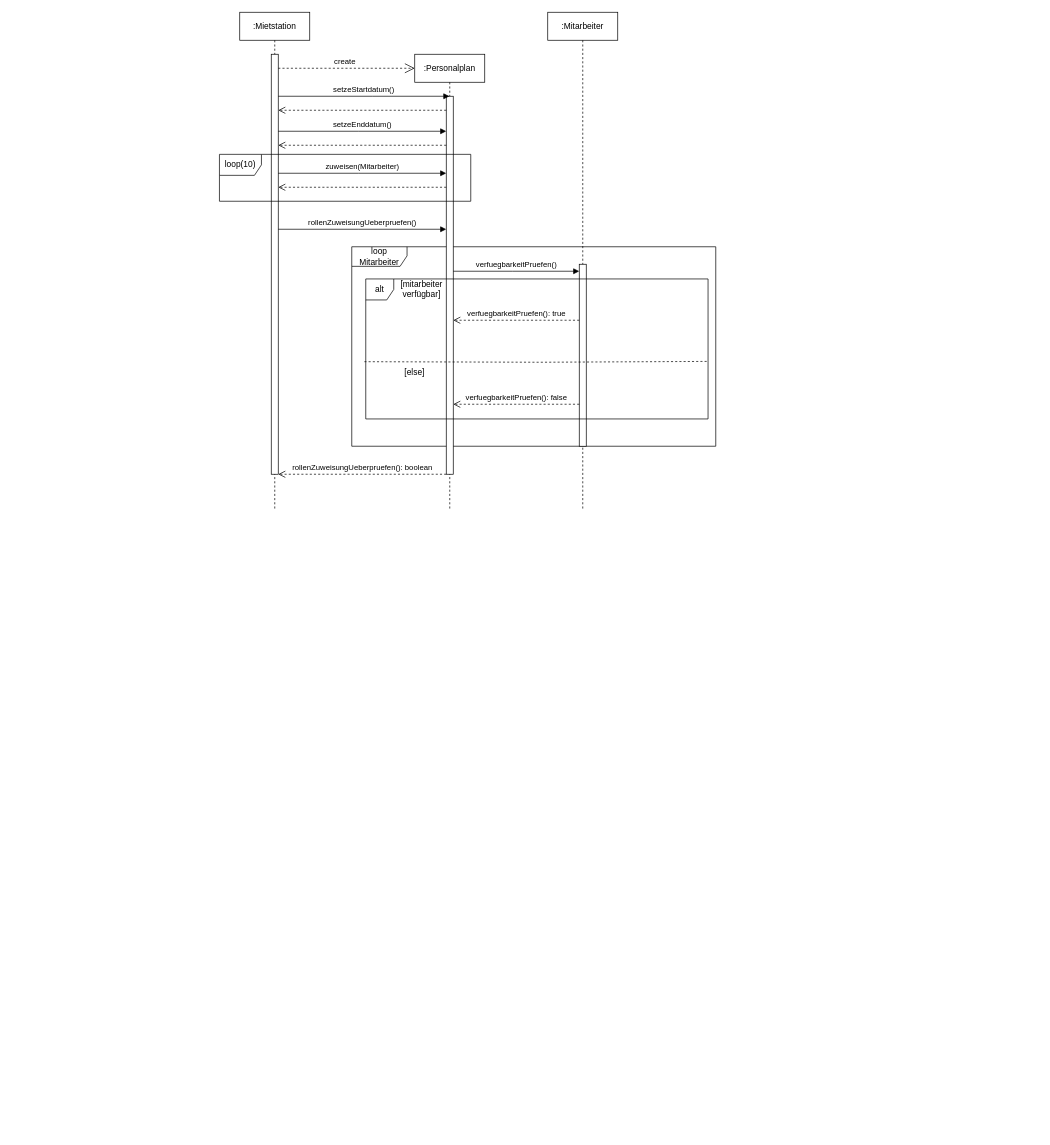
This is E - Allgemeine Verwaltung/E3 - Personaleinsatz planen/03 Sequenzdiagramm - Personaleinsatz planen.drawio from DlieBG/car_rental, a draw.io file, before an edit. Source tidied: cells renumbered, new cells numbered last; positions are measured from the earlier drawing's top-left corner, leaving out a move shared by most shapes. Both pictures are drawn from the tidied source at 70%, with x=0, y=0 at pixel (219, 12).
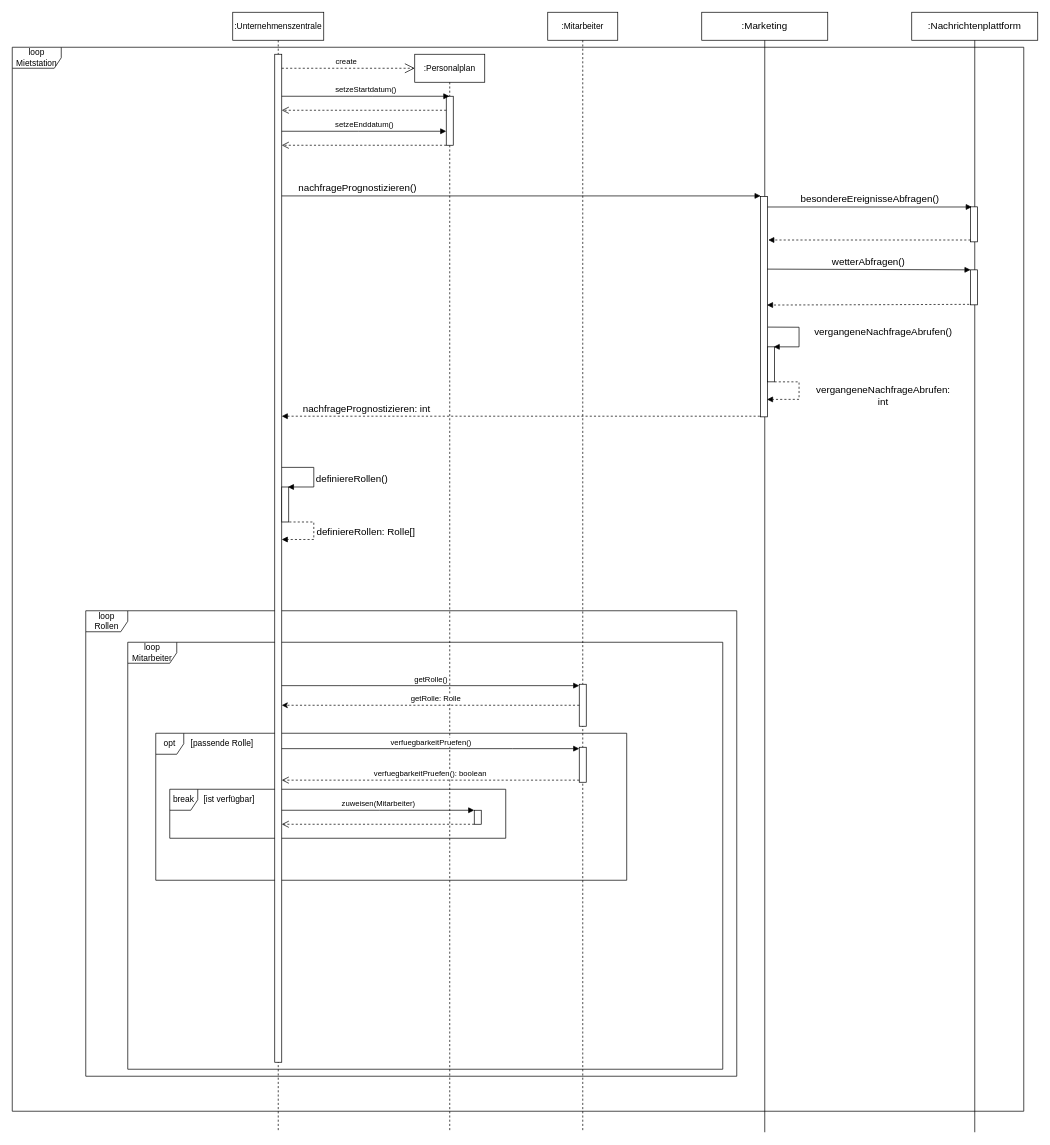
Above is the later version.

What changed in the source:
```diff
@@
+    <mxCell id="24" value="opt" style="shape=umlFrame;whiteSpace=wrap;html=1;width=40;height=30;" parent="1" vertex="1">
+      <mxGeometry x="-91" y="1030" width="672.8" height="210" as="geometry" />
+    </mxCell>
+    <mxCell id="16" value="loop Rollen" style="shape=umlFrame;whiteSpace=wrap;html=1;" parent="1" vertex="1">
+      <mxGeometry x="-191" y="855" width="930" height="665" as="geometry" />
+    </mxCell>
+    <mxCell id="26" value="loop Mietstation" style="shape=umlFrame;whiteSpace=wrap;html=1;width=70;height=30;" parent="1" vertex="1">
+      <mxGeometry x="-296" y="50" width="1445" height="1520" as="geometry" />
+    </mxCell>
+    <mxCell id="3" value=":Unternehmenszentrale" style="shape=umlLifeline;perimeter=lifelinePerimeter;rounded=0;shadow=0;strokeWidth=1;size=40;" parent="1" vertex="1">
+      <mxGeometry x="19" width="130" height="1600" as="geometry" />
+    </mxCell>
-    <mxCell id="2" value="loop Mitarbeiter" style="shape=umlFrame;whiteSpace=wrap;html=1;width=79;height=28;" parent="1" vertex="1">
-      <mxGeometry x="189" y="335" width="520" height="285" as="geometry" />
+    <mxCell id="2" value="loop Mitarbeiter" style="shape=umlFrame;whiteSpace=wrap;html=1;width=70;height=30;" parent="3" vertex="1">
+      <mxGeometry x="-150" y="900" width="850" height="610" as="geometry" />
     </mxCell>
-    <mxCell id="3" value=":Mietstation" style="shape=umlLifeline;perimeter=lifelinePerimeter;rounded=0;shadow=0;strokeWidth=1;" parent="1" vertex="1">
-      <mxGeometry x="29" width="100" height="710" as="geometry" />
-    </mxCell>
+    <mxCell id="27" value="break" style="shape=umlFrame;whiteSpace=wrap;html=1;width=40;height=30;" parent="3" vertex="1">
+      <mxGeometry x="-90" y="1110" width="480" height="70" as="geometry" />
+    </mxCell>
     <mxCell id="4" style="html=1;points=[];perimeter=orthogonalPerimeter;" parent="3" vertex="1">
-      <mxGeometry x="45" y="60" width="10" height="600" as="geometry" />
+      <mxGeometry x="60" y="60" width="10" height="1440" as="geometry" />
     </mxCell>
+    <mxCell id="28" style="html=1;points=[];perimeter=orthogonalPerimeter;fontSize=14;" parent="3" vertex="1">
+      <mxGeometry x="70" y="678.2" width="10" height="50" as="geometry" />
+    </mxCell>
+    <mxCell id="29" value="definiereRollen()" style="html=1;verticalAlign=bottom;labelBackgroundColor=none;endArrow=block;endFill=1;rounded=0;fontSize=14;entryX=0.875;entryY=0;entryDx=0;entryDy=0;entryPerimeter=0;" parent="3" edge="1" source="4" target="28">
+      <mxGeometry x="0.33" y="-54" relative="1" as="geometry">
+        <Array as="points">
+          <mxPoint x="115.8" y="650.2" />
+          <mxPoint x="115.8" y="678.2" />
+        </Array>
+        <mxPoint x="54" y="54" as="offset" />
+      </mxGeometry>
+    </mxCell>
+    <mxCell id="30" value="&lt;div&gt;definiereRollen: Rolle[]&lt;/div&gt;" style="html=1;verticalAlign=bottom;labelBackgroundColor=none;endArrow=block;endFill=1;dashed=1;rounded=0;fontSize=14;" parent="3" edge="1" target="4">
+      <mxGeometry x="0.13" y="-74" relative="1" as="geometry">
+        <mxPoint x="80.8" y="728.2" as="sourcePoint" />
+        <Array as="points">
+          <mxPoint x="115.8" y="728.2" />
+          <mxPoint x="115.8" y="753.2" />
+        </Array>
+        <mxPoint x="74" y="74" as="offset" />
+      </mxGeometry>
+    </mxCell>
+    <mxCell id="31" value="[ist verfügbar]" style="text;html=1;strokeColor=none;fillColor=none;align=center;verticalAlign=middle;whiteSpace=wrap;rounded=0;" parent="3" vertex="1">
+      <mxGeometry x="-60" y="1110" width="110" height="30" as="geometry" />
+    </mxCell>
+    <mxCell id="20" value="[passende Rolle]" style="text;html=1;strokeColor=none;fillColor=none;align=center;verticalAlign=middle;whiteSpace=wrap;rounded=0;" parent="3" vertex="1">
+      <mxGeometry x="-70" y="1030" width="110" height="30" as="geometry" />
+    </mxCell>
     <mxCell id="5" value=":Personalplan" style="shape=umlLifeline;perimeter=lifelinePerimeter;rounded=0;shadow=0;strokeWidth=1;" parent="1" vertex="1">
-      <mxGeometry x="279" y="60" width="100" height="650" as="geometry" />
+      <mxGeometry x="279" y="60" width="100" height="1540" as="geometry" />
     </mxCell>
     <mxCell id="6" style="html=1;points=[];perimeter=orthogonalPerimeter;" parent="5" vertex="1">
-      <mxGeometry x="45" y="60" width="10" height="540" as="geometry" />
+      <mxGeometry x="45" y="60" width="10" height="70" as="geometry" />
     </mxCell>
+    <mxCell id="32" style="html=1;points=[];perimeter=orthogonalPerimeter;" parent="5" vertex="1">
+      <mxGeometry x="85" y="1080" width="10" height="20" as="geometry" />
+    </mxCell>
     <mxCell id="7" value=":Mitarbeiter" style="shape=umlLifeline;perimeter=lifelinePerimeter;whiteSpace=wrap;html=1;" parent="1" vertex="1">
-      <mxGeometry x="469" width="100" height="710" as="geometry" />
+      <mxGeometry x="469" width="100" height="1600" as="geometry" />
     </mxCell>
+    <mxCell id="33" style="html=1;points=[];perimeter=orthogonalPerimeter;" parent="7" vertex="1">
+      <mxGeometry x="45" y="960" width="10" height="60" as="geometry" />
+    </mxCell>
     <mxCell id="8" style="html=1;points=[];perimeter=orthogonalPerimeter;" parent="7" vertex="1">
-      <mxGeometry x="45" y="360" width="10" height="260" as="geometry" />
+      <mxGeometry x="45" y="1050" width="10" height="50" as="geometry" />
     </mxCell>
@@
+    <mxCell id="34" value="nachfragePrognostizieren()" style="html=1;verticalAlign=bottom;labelBackgroundColor=none;endArrow=block;endFill=1;rounded=0;fontSize=14;entryX=0.009;entryY=-0.002;entryDx=0;entryDy=0;entryPerimeter=0;" parent="1" edge="1" source="4" target="36">
+      <mxGeometry x="-0.68" relative="1" as="geometry">
+        <mxPoint x="-1" as="offset" />
+      </mxGeometry>
+    </mxCell>
+    <mxCell id="35" value=":Marketing" style="shape=umlLifeline;perimeter=lifelinePerimeter;whiteSpace=wrap;html=1;lifelineDashed=0;fontSize=14;size=40;" parent="1" vertex="1">
+      <mxGeometry x="689" width="180" height="1600" as="geometry" />
+    </mxCell>
+    <mxCell id="36" style="html=1;points=[];perimeter=orthogonalPerimeter;fontSize=14;" parent="35" vertex="1">
+      <mxGeometry x="84" y="263" width="10" height="315" as="geometry" />
+    </mxCell>
+    <mxCell id="37" style="html=1;points=[];perimeter=orthogonalPerimeter;fontSize=14;" parent="35" vertex="1">
+      <mxGeometry x="94" y="478" width="10" height="50" as="geometry" />
+    </mxCell>
+    <mxCell id="38" value="vergangeneNachfrageAbrufen()" style="html=1;verticalAlign=bottom;labelBackgroundColor=none;endArrow=block;endFill=1;rounded=0;fontSize=14;entryX=0.875;entryY=0;entryDx=0;entryDy=0;entryPerimeter=0;exitX=1.039;exitY=0.593;exitDx=0;exitDy=0;exitPerimeter=0;" parent="35" edge="1" source="36" target="37">
+      <mxGeometry x="0.15" y="120" relative="1" as="geometry">
+        <Array as="points">
+          <mxPoint x="139" y="450" />
+          <mxPoint x="139" y="478" />
+        </Array>
+      </mxGeometry>
+    </mxCell>
+    <mxCell id="39" value="&lt;div&gt;vergangeneNachfrageAbrufen:&lt;/div&gt;&lt;div&gt;int&lt;br&gt;&lt;/div&gt;" style="html=1;verticalAlign=bottom;labelBackgroundColor=none;endArrow=block;endFill=1;dashed=1;rounded=0;fontSize=14;entryX=0.917;entryY=0.921;entryDx=0;entryDy=0;entryPerimeter=0;" parent="35" edge="1" target="36">
+      <mxGeometry x="0.13" y="121" relative="1" as="geometry">
+        <mxPoint x="104" y="528" as="sourcePoint" />
+        <Array as="points">
+          <mxPoint x="139" y="528" />
+          <mxPoint x="139" y="553" />
+        </Array>
+        <mxPoint x="120" y="-106" as="offset" />
+      </mxGeometry>
+    </mxCell>
+    <mxCell id="40" value=":Nachrichtenplattform" style="shape=umlLifeline;perimeter=lifelinePerimeter;whiteSpace=wrap;html=1;lifelineDashed=0;fontSize=14;" parent="1" vertex="1">
+      <mxGeometry x="989" width="180" height="1600" as="geometry" />
+    </mxCell>
+    <mxCell id="41" style="html=1;points=[];perimeter=orthogonalPerimeter;fontSize=14;" parent="40" vertex="1">
+      <mxGeometry x="84" y="278" width="10" height="50" as="geometry" />
+    </mxCell>
+    <mxCell id="42" style="html=1;perimeter=orthogonalPerimeter;fontSize=14;" parent="40" vertex="1">
+      <mxGeometry x="84" y="368" width="10" height="50" as="geometry" />
+    </mxCell>
+    <mxCell id="43" value="besondereEreignisseAbfragen()" style="html=1;verticalAlign=bottom;labelBackgroundColor=none;endArrow=block;endFill=1;rounded=0;fontSize=14;entryX=0.178;entryY=0.004;entryDx=0;entryDy=0;entryPerimeter=0;" parent="1" edge="1" source="36" target="41">
+      <mxGeometry relative="1" as="geometry" />
+    </mxCell>
+    <mxCell id="44" style="html=1;verticalAlign=bottom;labelBackgroundColor=none;endArrow=block;endFill=1;dashed=1;rounded=0;fontSize=14;entryX=1.1;entryY=0.198;entryDx=0;entryDy=0;entryPerimeter=0;" parent="1" edge="1" source="41" target="36">
+      <mxGeometry relative="1" as="geometry" />
+    </mxCell>
+    <mxCell id="45" value="wetterAbfragen()" style="html=1;verticalAlign=bottom;labelBackgroundColor=none;endArrow=block;endFill=1;rounded=0;fontSize=14;exitX=0.946;exitY=0.33;exitDx=0;exitDy=0;exitPerimeter=0;" parent="1" edge="1" source="36">
+      <mxGeometry relative="1" as="geometry">
+        <mxPoint x="1073" y="368" as="targetPoint" />
+      </mxGeometry>
+    </mxCell>
+    <mxCell id="46" style="html=1;verticalAlign=bottom;labelBackgroundColor=none;endArrow=block;endFill=1;dashed=1;rounded=0;fontSize=14;exitX=-0.193;exitY=0.886;exitDx=0;exitDy=0;exitPerimeter=0;entryX=0.918;entryY=0.493;entryDx=0;entryDy=0;entryPerimeter=0;" parent="1" edge="1" target="36">
+      <mxGeometry relative="1" as="geometry">
+        <mxPoint x="1071.1" y="417.3" as="sourcePoint" />
+      </mxGeometry>
+    </mxCell>
+    <mxCell id="47" value="nachfragePrognostizieren: int" style="html=1;verticalAlign=bottom;labelBackgroundColor=none;endArrow=block;endFill=1;dashed=1;rounded=0;fontSize=14;exitX=-0.1;exitY=0.997;exitDx=0;exitDy=0;exitPerimeter=0;" parent="1" edge="1" source="36" target="4">
+      <mxGeometry x="0.65" relative="1" as="geometry">
+        <mxPoint x="1" as="offset" />
+      </mxGeometry>
+    </mxCell>
+    <mxCell id="17" value="getRolle()" style="html=1;verticalAlign=bottom;endArrow=block;rounded=0;" parent="1" edge="1" source="4" target="33">
+      <mxGeometry relative="1" as="geometry">
+        <Array as="points">
+          <mxPoint x="188" y="962" />
+        </Array>
+      </mxGeometry>
+    </mxCell>
+    <mxCell id="48" style="edgeStyle=none;html=1;dashed=1;" parent="1" edge="1" source="33" target="4">
+      <mxGeometry relative="1" as="geometry" />
+    </mxCell>
+    <mxCell id="49" value="getRolle: Rolle" style="edgeLabel;html=1;align=center;verticalAlign=middle;" parent="48" vertex="1">
+      <mxGeometry x="0.05" y="1" relative="1" as="geometry">
+        <mxPoint x="17" y="-11" as="offset" />
+      </mxGeometry>
+    </mxCell>
+    <mxCell id="18" value="verfuegbarkeitPruefen()" style="html=1;verticalAlign=bottom;endArrow=block;rounded=0;" parent="1" edge="1">
+      <mxGeometry relative="1" as="geometry">
+        <mxPoint x="89" y="1052" as="sourcePoint" />
+        <mxPoint x="514" y="1052" as="targetPoint" />
+        <Array as="points">
+          <mxPoint x="419" y="1052" />
+        </Array>
+      </mxGeometry>
+    </mxCell>
+    <mxCell id="21" value="verfuegbarkeitPruefen(): boolean" style="html=1;verticalAlign=bottom;endArrow=open;dashed=1;endSize=8;rounded=0;" parent="1" edge="1">
+      <mxGeometry relative="1" as="geometry">
+        <mxPoint x="514" y="1097" as="sourcePoint" />
+        <mxPoint x="89" y="1097" as="targetPoint" />
+        <Array as="points">
+          <mxPoint x="429" y="1097" />
+        </Array>
+      </mxGeometry>
+    </mxCell>
-    <mxCell id="14" value="zuweisen(Mitarbeiter)" style="html=1;verticalAlign=bottom;endArrow=block;rounded=0;" parent="1" edge="1" source="4" target="6">
+    <mxCell id="14" value="zuweisen(Mitarbeiter)" style="html=1;verticalAlign=bottom;endArrow=block;rounded=0;" parent="1" edge="1" source="4" target="32">
       <mxGeometry relative="1" as="geometry">
         <Array as="points">
-          <mxPoint x="199" y="230" />
+          <mxPoint x="229" y="1140" />
         </Array>
       </mxGeometry>
     </mxCell>
-    <mxCell id="15" style="html=1;verticalAlign=bottom;endArrow=open;dashed=1;endSize=8;rounded=0;" parent="1" edge="1" source="6" target="4">
+    <mxCell id="15" style="html=1;verticalAlign=bottom;endArrow=open;dashed=1;endSize=8;rounded=0;" parent="1" edge="1" source="32" target="4">
       <mxGeometry relative="1" as="geometry">
         <Array as="points">
-          <mxPoint x="209" y="250" />
+          <mxPoint x="239" y="1160" />
         </Array>
       </mxGeometry>
     </mxCell>
-    <mxCell id="16" value="loop(10)" style="shape=umlFrame;whiteSpace=wrap;html=1;" parent="1" vertex="1">
-      <mxGeometry y="203" width="359" height="67" as="geometry" />
-    </mxCell>
-    <mxCell id="17" value="rollenZuweisungUeberpruefen()" style="html=1;verticalAlign=bottom;endArrow=block;rounded=0;" parent="1" edge="1" source="4" target="6">
-      <mxGeometry relative="1" as="geometry">
-        <Array as="points">
-          <mxPoint x="199" y="310" />
-        </Array>
-      </mxGeometry>
-    </mxCell>
-    <mxCell id="18" value="verfuegbarkeitPruefen()" style="html=1;verticalAlign=bottom;endArrow=block;rounded=0;" parent="1" edge="1" source="6" target="8">
-      <mxGeometry relative="1" as="geometry">
-        <Array as="points">
-          <mxPoint x="419" y="370" />
-        </Array>
-      </mxGeometry>
-    </mxCell>
-    <mxCell id="19" style="endArrow=none;dashed=1;html=1;rounded=0;exitX=-0.004;exitY=0.591;exitDx=0;exitDy=0;exitPerimeter=0;entryX=0.998;entryY=0.589;entryDx=0;entryDy=0;entryPerimeter=0;" parent="1" edge="1" source="24" target="24">
-      <mxGeometry relative="1" as="geometry">
-        <Array as="points">
-          <mxPoint x="459" y="500" />
-        </Array>
-      </mxGeometry>
-    </mxCell>
-    <mxCell id="20" value="[mitarbeiter verfügbar]" style="text;html=1;strokeColor=none;fillColor=none;align=center;verticalAlign=middle;whiteSpace=wrap;rounded=0;" parent="1" vertex="1">
-      <mxGeometry x="259" y="381" width="60" height="30" as="geometry" />
-    </mxCell>
-    <mxCell id="21" value="verfuegbarkeitPruefen(): true" style="html=1;verticalAlign=bottom;endArrow=open;dashed=1;endSize=8;rounded=0;" parent="1" edge="1" source="8" target="6">
-      <mxGeometry relative="1" as="geometry">
-        <Array as="points">
-          <mxPoint x="429" y="440" />
-        </Array>
-      </mxGeometry>
-    </mxCell>
-    <mxCell id="22" value="verfuegbarkeitPruefen(): false" style="html=1;verticalAlign=bottom;endArrow=open;dashed=1;endSize=8;rounded=0;" parent="1" edge="1" source="8" target="6">
-      <mxGeometry relative="1" as="geometry">
-        <Array as="points">
-          <mxPoint x="429" y="560" />
-        </Array>
-      </mxGeometry>
-    </mxCell>
-    <mxCell id="23" value="[else]" style="text;html=1;strokeColor=none;fillColor=none;align=center;verticalAlign=middle;whiteSpace=wrap;rounded=0;" parent="1" vertex="1">
-      <mxGeometry x="249" y="500" width="60" height="30" as="geometry" />
-    </mxCell>
-    <mxCell id="24" value="alt" style="shape=umlFrame;whiteSpace=wrap;html=1;width=40;height=30;" parent="1" vertex="1">
-      <mxGeometry x="209" y="381" width="489" height="200" as="geometry" />
-    </mxCell>
-    <mxCell id="25" value="rollenZuweisungUeberpruefen(): boolean" style="html=1;verticalAlign=bottom;endArrow=open;dashed=1;endSize=8;rounded=0;" parent="1" edge="1" source="6" target="4">
-      <mxGeometry relative="1" as="geometry">
-        <Array as="points">
-          <mxPoint x="199" y="660" />
-        </Array>
-      </mxGeometry>
-    </mxCell>
```
